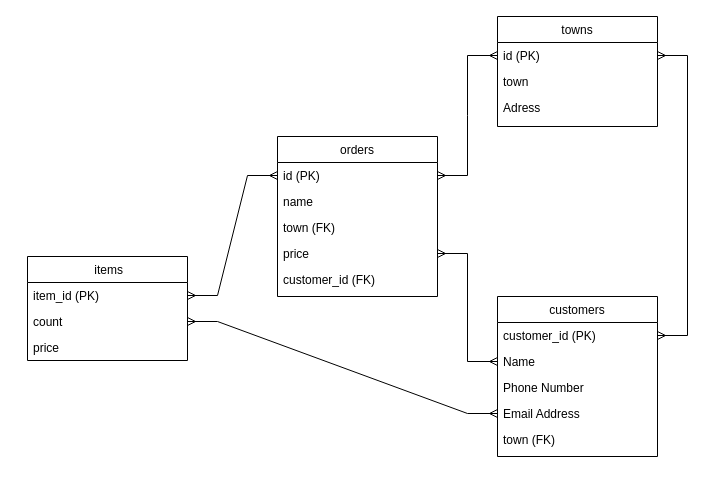
Before: Диаграмма для тестового задания.drawio in pytonuserouner/UML_study, a draw.io diagram. Source tidied: cells renumbered, new cells numbered last; positions are measured from the earlier drawing's top-left corner, leaving out a move shared by most shapes. Both pictures are drawn from the tidied source at 100%, with x=0, y=0 at pixel (27, 16).
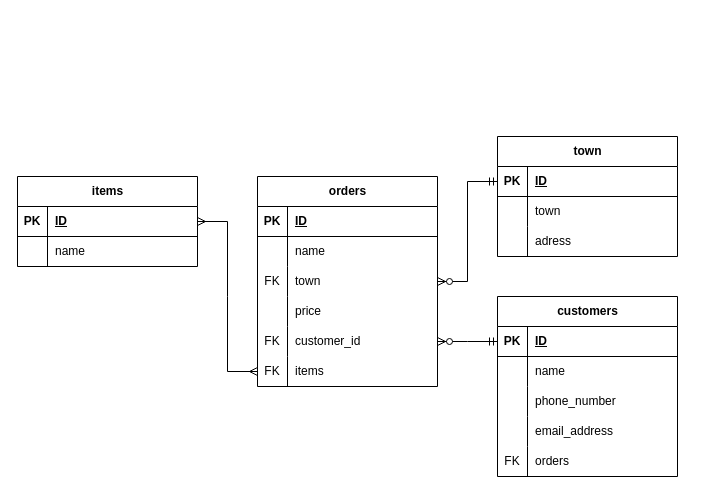
Above is the later version.

The edit, as a diff of the source:
```diff
@@
-    <mxCell id="2" value="orders" style="swimlane;fontStyle=0;align=center;verticalAlign=top;horizontal=1;startSize=26;rounded=0;shadow=0;strokeWidth=1;" parent="1" vertex="1">
-      <mxGeometry x="250" y="120" width="160" height="160" as="geometry" />
-    </mxCell>
-    <mxCell id="3" value="id (PK)" style="text;align=left;verticalAlign=top;spacingLeft=4;spacingRight=4;overflow=hidden;points=[[0,0.5],[1,0.5]];portConstraint=eastwest;" parent="2" vertex="1">
-      <mxGeometry y="26" width="160" height="26" as="geometry" />
-    </mxCell>
-    <mxCell id="4" value="name" style="text;align=left;verticalAlign=top;spacingLeft=4;spacingRight=4;overflow=hidden;rounded=0;shadow=0;html=0;" parent="2" vertex="1">
-      <mxGeometry y="52" width="160" height="26" as="geometry" />
-    </mxCell>
-    <mxCell id="5" value="town (FK)" style="text;align=left;verticalAlign=top;spacingLeft=4;spacingRight=4;overflow=hidden;rounded=0;shadow=0;html=0;" parent="2" vertex="1">
-      <mxGeometry y="78" width="160" height="26" as="geometry" />
-    </mxCell>
-    <mxCell id="6" value="price" style="text;align=left;verticalAlign=top;spacingLeft=4;spacingRight=4;overflow=hidden;points=[[0,0.5],[1,0.5]];portConstraint=eastwest;rounded=0;shadow=0;html=0;" parent="2" vertex="1">
-      <mxGeometry y="104" width="160" height="26" as="geometry" />
-    </mxCell>
-    <mxCell id="7" value="customer_id (FK)" style="text;align=left;verticalAlign=top;spacingLeft=4;spacingRight=4;overflow=hidden;rounded=0;shadow=0;html=0;" parent="2" vertex="1">
-      <mxGeometry y="130" width="160" height="26" as="geometry" />
-    </mxCell>
-    <mxCell id="8" value="towns" style="swimlane;fontStyle=0;align=center;verticalAlign=top;horizontal=1;startSize=26;rounded=0;shadow=0;strokeWidth=1;" parent="1" vertex="1">
-      <mxGeometry x="470" width="160" height="110" as="geometry" />
-    </mxCell>
-    <mxCell id="9" value="id (PK)" style="text;align=left;verticalAlign=top;spacingLeft=4;spacingRight=4;overflow=hidden;points=[[0,0.5],[1,0.5]];portConstraint=eastwest;" parent="8" vertex="1">
-      <mxGeometry y="26" width="160" height="26" as="geometry" />
-    </mxCell>
-    <mxCell id="10" value="town" style="text;align=left;verticalAlign=top;spacingLeft=4;spacingRight=4;overflow=hidden;" parent="8" vertex="1">
-      <mxGeometry y="52" width="160" height="26" as="geometry" />
-    </mxCell>
-    <mxCell id="11" value="Adress" style="text;align=left;verticalAlign=top;spacingLeft=4;spacingRight=4;overflow=hidden;rounded=0;shadow=0;html=0;" parent="8" vertex="1">
-      <mxGeometry y="78" width="160" height="28" as="geometry" />
-    </mxCell>
+    <mxCell id="22" style="edgeStyle=entityRelationEdgeStyle;fontSize=12;html=1;endArrow=ERmany;startArrow=ERmany;rounded=0;entryX=0;entryY=0.5;entryDx=0;entryDy=0;exitX=1;exitY=0.5;exitDx=0;exitDy=0;" parent="1" edge="1" source="47" target="43">
+      <mxGeometry relative="1" as="geometry" />
+    </mxCell>
+    <mxCell id="27" value="orders" style="shape=table;startSize=30;childLayout=tableLayout;rowLines=0;fontStyle=1;align=center;html=1;" parent="1" vertex="1">
+      <mxGeometry x="230" y="160" width="180" height="210" as="geometry" />
+    </mxCell>
+    <mxCell id="28" style="shape=tableRow;horizontal=0;startSize=0;swimlaneHead=0;swimlaneBody=0;fillColor=none;top=0;left=0;right=0;bottom=1;" parent="27" vertex="1">
+      <mxGeometry y="30" width="180" height="30" as="geometry" />
+    </mxCell>
+    <mxCell id="29" value="PK" style="shape=partialRectangle;fillColor=none;top=0;left=0;bottom=0;right=0;fontStyle=1;overflow=hidden;whiteSpace=wrap;html=1;" parent="28" vertex="1">
+      <mxGeometry width="30" height="30" as="geometry" />
+    </mxCell>
+    <mxCell id="30" value="ID" style="shape=partialRectangle;fillColor=none;top=0;left=0;bottom=0;right=0;align=left;spacingLeft=6;fontStyle=5;overflow=hidden;whiteSpace=wrap;html=1;" parent="28" vertex="1">
+      <mxGeometry x="30" width="150" height="30" as="geometry" />
+    </mxCell>
+    <mxCell id="31" style="shape=tableRow;horizontal=0;startSize=0;swimlaneHead=0;swimlaneBody=0;fillColor=none;top=0;left=0;right=0;bottom=0;" parent="27" vertex="1">
+      <mxGeometry y="60" width="180" height="30" as="geometry" />
+    </mxCell>
+    <mxCell id="32" style="shape=partialRectangle;fillColor=none;top=0;left=0;bottom=0;right=0;overflow=hidden;whiteSpace=wrap;html=1;" parent="31" vertex="1">
+      <mxGeometry width="30" height="30" as="geometry" />
+    </mxCell>
+    <mxCell id="33" value="name" style="shape=partialRectangle;fillColor=none;top=0;left=0;bottom=0;right=0;align=left;spacingLeft=6;overflow=hidden;whiteSpace=wrap;html=1;" parent="31" vertex="1">
+      <mxGeometry x="30" width="150" height="30" as="geometry" />
+    </mxCell>
+    <mxCell id="34" style="shape=tableRow;horizontal=0;startSize=0;swimlaneHead=0;swimlaneBody=0;fillColor=none;points=[[0,0.5],[1,0.5]];portConstraint=eastwest;top=0;left=0;right=0;bottom=0;" parent="27" vertex="1">
+      <mxGeometry y="90" width="180" height="30" as="geometry" />
+    </mxCell>
+    <mxCell id="35" value="FK" style="shape=partialRectangle;fillColor=none;top=0;left=0;bottom=0;right=0;overflow=hidden;whiteSpace=wrap;html=1;" parent="34" vertex="1">
+      <mxGeometry width="30" height="30" as="geometry" />
+    </mxCell>
+    <mxCell id="36" value="town" style="shape=partialRectangle;fillColor=none;top=0;left=0;bottom=0;right=0;align=left;spacingLeft=6;overflow=hidden;whiteSpace=wrap;html=1;" parent="34" vertex="1">
+      <mxGeometry x="30" width="150" height="30" as="geometry" />
+    </mxCell>
+    <mxCell id="37" style="shape=tableRow;horizontal=0;startSize=0;swimlaneHead=0;swimlaneBody=0;fillColor=none;top=0;left=0;right=0;bottom=0;" parent="27" vertex="1">
+      <mxGeometry y="120" width="180" height="30" as="geometry" />
+    </mxCell>
+    <mxCell id="38" style="shape=partialRectangle;fillColor=none;top=0;left=0;bottom=0;right=0;overflow=hidden;whiteSpace=wrap;html=1;" parent="37" vertex="1">
+      <mxGeometry width="30" height="30" as="geometry" />
+    </mxCell>
+    <mxCell id="39" value="price" style="shape=partialRectangle;fillColor=none;top=0;left=0;bottom=0;right=0;align=left;spacingLeft=6;overflow=hidden;whiteSpace=wrap;html=1;" parent="37" vertex="1">
+      <mxGeometry x="30" width="150" height="30" as="geometry" />
+    </mxCell>
+    <mxCell id="40" style="shape=tableRow;horizontal=0;startSize=0;swimlaneHead=0;swimlaneBody=0;fillColor=none;points=[[0,0.5],[1,0.5]];portConstraint=eastwest;top=0;left=0;right=0;bottom=0;" parent="27" vertex="1">
+      <mxGeometry y="150" width="180" height="30" as="geometry" />
+    </mxCell>
+    <mxCell id="41" value="FK" style="shape=partialRectangle;fillColor=none;top=0;left=0;bottom=0;right=0;overflow=hidden;whiteSpace=wrap;html=1;" parent="40" vertex="1">
+      <mxGeometry width="30" height="30" as="geometry" />
+    </mxCell>
+    <mxCell id="42" value="customer_id" style="shape=partialRectangle;fillColor=none;top=0;left=0;bottom=0;right=0;align=left;spacingLeft=6;overflow=hidden;whiteSpace=wrap;html=1;" parent="40" vertex="1">
+      <mxGeometry x="30" width="150" height="30" as="geometry" />
+    </mxCell>
+    <mxCell id="43" style="shape=tableRow;horizontal=0;startSize=0;swimlaneHead=0;swimlaneBody=0;fillColor=none;points=[[0,0.5],[1,0.5]];portConstraint=eastwest;top=0;left=0;right=0;bottom=0;" parent="27" vertex="1">
+      <mxGeometry y="180" width="180" height="30" as="geometry" />
+    </mxCell>
+    <mxCell id="44" value="FK" style="shape=partialRectangle;fillColor=none;top=0;left=0;bottom=0;right=0;overflow=hidden;whiteSpace=wrap;html=1;" parent="43" vertex="1">
+      <mxGeometry width="30" height="30" as="geometry" />
+    </mxCell>
+    <mxCell id="45" value="items" style="shape=partialRectangle;fillColor=none;top=0;left=0;bottom=0;right=0;align=left;spacingLeft=6;overflow=hidden;whiteSpace=wrap;html=1;" parent="43" vertex="1">
+      <mxGeometry x="30" width="150" height="30" as="geometry" />
+    </mxCell>
+    <mxCell id="46" value="items" style="shape=table;startSize=30;childLayout=tableLayout;rowLines=0;fontStyle=1;align=center;html=1;" parent="1" vertex="1">
+      <mxGeometry x="-10" y="160" width="180" height="90" as="geometry" />
+    </mxCell>
+    <mxCell id="47" style="shape=tableRow;horizontal=0;startSize=0;swimlaneHead=0;swimlaneBody=0;fillColor=none;points=[[0,0.5],[1,0.5]];portConstraint=eastwest;top=0;left=0;right=0;bottom=1;" parent="46" vertex="1">
+      <mxGeometry y="30" width="180" height="30" as="geometry" />
+    </mxCell>
+    <mxCell id="48" value="PK" style="shape=partialRectangle;fillColor=none;top=0;left=0;bottom=0;right=0;fontStyle=1;overflow=hidden;whiteSpace=wrap;html=1;" parent="47" vertex="1">
+      <mxGeometry width="30" height="30" as="geometry" />
+    </mxCell>
+    <mxCell id="49" value="ID" style="shape=partialRectangle;fillColor=none;top=0;left=0;bottom=0;right=0;align=left;spacingLeft=6;fontStyle=5;overflow=hidden;whiteSpace=wrap;html=1;" parent="47" vertex="1">
+      <mxGeometry x="30" width="150" height="30" as="geometry" />
+    </mxCell>
+    <mxCell id="50" style="shape=tableRow;horizontal=0;startSize=0;swimlaneHead=0;swimlaneBody=0;fillColor=none;top=0;left=0;right=0;bottom=0;" parent="46" vertex="1">
+      <mxGeometry y="60" width="180" height="30" as="geometry" />
+    </mxCell>
+    <mxCell id="51" style="shape=partialRectangle;fillColor=none;top=0;left=0;bottom=0;right=0;overflow=hidden;whiteSpace=wrap;html=1;" parent="50" vertex="1">
+      <mxGeometry width="30" height="30" as="geometry" />
+    </mxCell>
+    <mxCell id="52" value="name" style="shape=partialRectangle;fillColor=none;top=0;left=0;bottom=0;right=0;align=left;spacingLeft=6;overflow=hidden;whiteSpace=wrap;html=1;" parent="50" vertex="1">
+      <mxGeometry x="30" width="150" height="30" as="geometry" />
+    </mxCell>
-    <mxCell id="12" value="customers" style="swimlane;fontStyle=0;align=center;verticalAlign=top;horizontal=1;startSize=26;rounded=0;shadow=0;strokeWidth=1;" parent="1" vertex="1">
-      <mxGeometry x="470" y="280" width="160" height="160" as="geometry" />
+    <mxCell id="12" value="customers" style="shape=table;startSize=30;childLayout=tableLayout;rowLines=0;fontStyle=1;align=center;html=1;" parent="1" vertex="1">
+      <mxGeometry x="470" y="280" width="180" height="180" as="geometry" />
     </mxCell>
-    <mxCell id="13" value="customer_id (PK)" style="text;align=left;verticalAlign=top;spacingLeft=4;spacingRight=4;overflow=hidden;points=[[0,0.5],[1,0.5]];portConstraint=eastwest;rounded=0;shadow=0;html=0;" parent="12" vertex="1">
-      <mxGeometry y="26" width="160" height="26" as="geometry" />
-    </mxCell>
-    <mxCell id="14" value="Name" style="text;align=left;verticalAlign=top;spacingLeft=4;spacingRight=4;overflow=hidden;points=[[0,0.5],[1,0.5]];portConstraint=eastwest;" parent="12" vertex="1">
-      <mxGeometry y="52" width="160" height="26" as="geometry" />
-    </mxCell>
-    <mxCell id="15" value="Phone Number" style="text;align=left;verticalAlign=top;spacingLeft=4;spacingRight=4;overflow=hidden;rounded=0;shadow=0;html=0;" parent="12" vertex="1">
-      <mxGeometry y="78" width="160" height="26" as="geometry" />
-    </mxCell>
-    <mxCell id="16" value="Email Address" style="text;align=left;verticalAlign=top;spacingLeft=4;spacingRight=4;overflow=hidden;points=[[0,0.5],[1,0.5]];portConstraint=eastwest;rounded=0;shadow=0;html=0;" parent="12" vertex="1">
-      <mxGeometry y="104" width="160" height="26" as="geometry" />
-    </mxCell>
-    <mxCell id="17" value="town (FK)" style="text;align=left;verticalAlign=top;spacingLeft=4;spacingRight=4;overflow=hidden;rounded=0;shadow=0;html=0;" parent="12" vertex="1">
-      <mxGeometry y="130" width="160" height="26" as="geometry" />
-    </mxCell>
-    <mxCell id="18" value=" items" style="swimlane;fontStyle=0;align=center;verticalAlign=top;horizontal=1;startSize=26;rounded=0;shadow=0;strokeWidth=1;" parent="1" vertex="1">
-      <mxGeometry y="240" width="160" height="104" as="geometry" />
-    </mxCell>
-    <mxCell id="19" value="item_id (PK)" style="text;align=left;verticalAlign=top;spacingLeft=4;spacingRight=4;overflow=hidden;points=[[0,0.5],[1,0.5]];portConstraint=eastwest;" parent="18" vertex="1">
-      <mxGeometry y="26" width="160" height="26" as="geometry" />
-    </mxCell>
-    <mxCell id="20" value="count" style="text;align=left;verticalAlign=top;spacingLeft=4;spacingRight=4;overflow=hidden;points=[[0,0.5],[1,0.5]];portConstraint=eastwest;rounded=0;shadow=0;html=0;" parent="18" vertex="1">
-      <mxGeometry y="52" width="160" height="26" as="geometry" />
-    </mxCell>
-    <mxCell id="21" value="price" style="text;align=left;verticalAlign=top;spacingLeft=4;spacingRight=4;overflow=hidden;rounded=0;shadow=0;html=0;" parent="18" vertex="1">
-      <mxGeometry y="78" width="160" height="26" as="geometry" />
-    </mxCell>
-    <mxCell id="22" style="edgeStyle=entityRelationEdgeStyle;fontSize=12;html=1;endArrow=ERmany;startArrow=ERmany;rounded=0;entryX=0;entryY=0.5;entryDx=0;entryDy=0;" parent="1" edge="1" source="19" target="3">
-      <mxGeometry relative="1" as="geometry" />
-    </mxCell>
-    <mxCell id="23" style="edgeStyle=entityRelationEdgeStyle;fontSize=12;html=1;endArrow=ERmany;startArrow=ERmany;rounded=0;entryX=1;entryY=0.5;entryDx=0;entryDy=0;exitX=1;exitY=0.5;exitDx=0;exitDy=0;" parent="1" edge="1" source="13" target="9">
-      <mxGeometry relative="1" as="geometry" />
-    </mxCell>
-    <mxCell id="24" style="edgeStyle=entityRelationEdgeStyle;fontSize=12;html=1;endArrow=ERmany;startArrow=ERmany;rounded=0;entryX=1;entryY=0.5;entryDx=0;entryDy=0;exitX=0;exitY=0.5;exitDx=0;exitDy=0;" parent="1" edge="1" source="14" target="6">
-      <mxGeometry relative="1" as="geometry" />
-    </mxCell>
-    <mxCell id="25" style="edgeStyle=entityRelationEdgeStyle;fontSize=12;html=1;endArrow=ERmany;startArrow=ERmany;rounded=0;entryX=0;entryY=0.5;entryDx=0;entryDy=0;exitX=1;exitY=0.5;exitDx=0;exitDy=0;" parent="1" edge="1" source="3" target="9">
-      <mxGeometry relative="1" as="geometry" />
-    </mxCell>
-    <mxCell id="26" style="edgeStyle=entityRelationEdgeStyle;fontSize=12;html=1;endArrow=ERmany;startArrow=ERmany;rounded=0;exitX=1;exitY=0.5;exitDx=0;exitDy=0;entryX=0;entryY=0.5;entryDx=0;entryDy=0;" parent="1" edge="1" source="20" target="16">
-      <mxGeometry relative="1" as="geometry" />
-    </mxCell>
+    <mxCell id="53" style="shape=tableRow;horizontal=0;startSize=0;swimlaneHead=0;swimlaneBody=0;fillColor=none;points=[[0,0.5],[1,0.5]];portConstraint=eastwest;top=0;left=0;right=0;bottom=1;" parent="12" vertex="1">
+      <mxGeometry y="30" width="180" height="30" as="geometry" />
+    </mxCell>
+    <mxCell id="54" value="PK" style="shape=partialRectangle;fillColor=none;top=0;left=0;bottom=0;right=0;fontStyle=1;overflow=hidden;whiteSpace=wrap;html=1;" parent="53" vertex="1">
+      <mxGeometry width="30" height="30" as="geometry" />
+    </mxCell>
+    <mxCell id="55" value="ID" style="shape=partialRectangle;fillColor=none;top=0;left=0;bottom=0;right=0;align=left;spacingLeft=6;fontStyle=5;overflow=hidden;whiteSpace=wrap;html=1;" parent="53" vertex="1">
+      <mxGeometry x="30" width="150" height="30" as="geometry" />
+    </mxCell>
+    <mxCell id="56" style="shape=tableRow;horizontal=0;startSize=0;swimlaneHead=0;swimlaneBody=0;fillColor=none;top=0;left=0;right=0;bottom=0;" parent="12" vertex="1">
+      <mxGeometry y="60" width="180" height="30" as="geometry" />
+    </mxCell>
+    <mxCell id="57" style="shape=partialRectangle;fillColor=none;top=0;left=0;bottom=0;right=0;overflow=hidden;whiteSpace=wrap;html=1;" parent="56" vertex="1">
+      <mxGeometry width="30" height="30" as="geometry" />
+    </mxCell>
+    <mxCell id="58" value="name" style="shape=partialRectangle;fillColor=none;top=0;left=0;bottom=0;right=0;align=left;spacingLeft=6;overflow=hidden;whiteSpace=wrap;html=1;" parent="56" vertex="1">
+      <mxGeometry x="30" width="150" height="30" as="geometry" />
+    </mxCell>
+    <mxCell id="59" style="shape=tableRow;horizontal=0;startSize=0;swimlaneHead=0;swimlaneBody=0;fillColor=none;top=0;left=0;right=0;bottom=0;" parent="12" vertex="1">
+      <mxGeometry y="90" width="180" height="30" as="geometry" />
+    </mxCell>
+    <mxCell id="60" style="shape=partialRectangle;fillColor=none;top=0;left=0;bottom=0;right=0;overflow=hidden;whiteSpace=wrap;html=1;" parent="59" vertex="1">
+      <mxGeometry width="30" height="30" as="geometry" />
+    </mxCell>
+    <mxCell id="61" value="&lt;span style=&quot;text-wrap-mode: nowrap;&quot;&gt;phone_number&lt;/span&gt;" style="shape=partialRectangle;fillColor=none;top=0;left=0;bottom=0;right=0;align=left;spacingLeft=6;overflow=hidden;whiteSpace=wrap;html=1;" parent="59" vertex="1">
+      <mxGeometry x="30" width="150" height="30" as="geometry" />
+    </mxCell>
+    <mxCell id="62" style="shape=tableRow;horizontal=0;startSize=0;swimlaneHead=0;swimlaneBody=0;fillColor=none;top=0;left=0;right=0;bottom=0;" parent="12" vertex="1">
+      <mxGeometry y="120" width="180" height="30" as="geometry" />
+    </mxCell>
+    <mxCell id="63" style="shape=partialRectangle;fillColor=none;top=0;left=0;bottom=0;right=0;overflow=hidden;whiteSpace=wrap;html=1;" parent="62" vertex="1">
+      <mxGeometry width="30" height="30" as="geometry" />
+    </mxCell>
+    <mxCell id="64" value="&lt;span style=&quot;text-wrap-mode: nowrap;&quot;&gt;email_address&lt;/span&gt;" style="shape=partialRectangle;fillColor=none;top=0;left=0;bottom=0;right=0;align=left;spacingLeft=6;overflow=hidden;whiteSpace=wrap;html=1;" parent="62" vertex="1">
+      <mxGeometry x="30" width="150" height="30" as="geometry" />
+    </mxCell>
+    <mxCell id="65" style="shape=tableRow;horizontal=0;startSize=0;swimlaneHead=0;swimlaneBody=0;fillColor=none;top=0;left=0;right=0;bottom=0;" parent="12" vertex="1">
+      <mxGeometry y="150" width="180" height="30" as="geometry" />
+    </mxCell>
+    <mxCell id="66" value="FK" style="shape=partialRectangle;fillColor=none;top=0;left=0;bottom=0;right=0;overflow=hidden;whiteSpace=wrap;html=1;" parent="65" vertex="1">
+      <mxGeometry width="30" height="30" as="geometry" />
+    </mxCell>
+    <mxCell id="67" value="&lt;span style=&quot;text-wrap-mode: nowrap;&quot;&gt;orders&lt;/span&gt;" style="shape=partialRectangle;fillColor=none;top=0;left=0;bottom=0;right=0;align=left;spacingLeft=6;overflow=hidden;whiteSpace=wrap;html=1;" parent="65" vertex="1">
+      <mxGeometry x="30" width="150" height="30" as="geometry" />
+    </mxCell>
+    <mxCell id="68" value="town" style="shape=table;startSize=30;childLayout=tableLayout;rowLines=0;fontStyle=1;align=center;html=1;" parent="1" vertex="1">
+      <mxGeometry x="470" y="120" width="180" height="120" as="geometry" />
+    </mxCell>
+    <mxCell id="69" style="shape=tableRow;horizontal=0;startSize=0;swimlaneHead=0;swimlaneBody=0;fillColor=none;points=[[0,0.5],[1,0.5]];portConstraint=eastwest;top=0;left=0;right=0;bottom=1;" parent="68" vertex="1">
+      <mxGeometry y="30" width="180" height="30" as="geometry" />
+    </mxCell>
+    <mxCell id="70" value="PK" style="shape=partialRectangle;fillColor=none;top=0;left=0;bottom=0;right=0;fontStyle=1;overflow=hidden;whiteSpace=wrap;html=1;" parent="69" vertex="1">
+      <mxGeometry width="30" height="30" as="geometry" />
+    </mxCell>
+    <mxCell id="71" value="ID" style="shape=partialRectangle;fillColor=none;top=0;left=0;bottom=0;right=0;align=left;spacingLeft=6;fontStyle=5;overflow=hidden;whiteSpace=wrap;html=1;" parent="69" vertex="1">
+      <mxGeometry x="30" width="150" height="30" as="geometry" />
+    </mxCell>
+    <mxCell id="72" style="shape=tableRow;horizontal=0;startSize=0;swimlaneHead=0;swimlaneBody=0;fillColor=none;top=0;left=0;right=0;bottom=0;" parent="68" vertex="1">
+      <mxGeometry y="60" width="180" height="30" as="geometry" />
+    </mxCell>
+    <mxCell id="73" style="shape=partialRectangle;fillColor=none;top=0;left=0;bottom=0;right=0;overflow=hidden;whiteSpace=wrap;html=1;" parent="72" vertex="1">
+      <mxGeometry width="30" height="30" as="geometry" />
+    </mxCell>
+    <mxCell id="74" value="&lt;span style=&quot;text-wrap-mode: nowrap;&quot;&gt;town&lt;/span&gt;" style="shape=partialRectangle;fillColor=none;top=0;left=0;bottom=0;right=0;align=left;spacingLeft=6;overflow=hidden;whiteSpace=wrap;html=1;" parent="72" vertex="1">
+      <mxGeometry x="30" width="150" height="30" as="geometry" />
+    </mxCell>
+    <mxCell id="75" style="shape=tableRow;horizontal=0;startSize=0;swimlaneHead=0;swimlaneBody=0;fillColor=none;top=0;left=0;right=0;bottom=0;" parent="68" vertex="1">
+      <mxGeometry y="90" width="180" height="30" as="geometry" />
+    </mxCell>
+    <mxCell id="76" style="shape=partialRectangle;fillColor=none;top=0;left=0;bottom=0;right=0;overflow=hidden;whiteSpace=wrap;html=1;" parent="75" vertex="1">
+      <mxGeometry width="30" height="30" as="geometry" />
+    </mxCell>
+    <mxCell id="77" value="&lt;span style=&quot;text-wrap-mode: nowrap;&quot;&gt;adress&lt;/span&gt;" style="shape=partialRectangle;fillColor=none;top=0;left=0;bottom=0;right=0;align=left;spacingLeft=6;overflow=hidden;whiteSpace=wrap;html=1;" parent="75" vertex="1">
+      <mxGeometry x="30" width="150" height="30" as="geometry" />
+    </mxCell>
+    <mxCell id="78" style="edgeStyle=entityRelationEdgeStyle;fontSize=12;html=1;endArrow=ERzeroToMany;startArrow=ERmandOne;rounded=0;entryX=1;entryY=0.5;entryDx=0;entryDy=0;exitX=0;exitY=0.5;exitDx=0;exitDy=0;" parent="1" edge="1" source="69" target="34">
+      <mxGeometry relative="1" as="geometry" />
+    </mxCell>
+    <mxCell id="79" style="edgeStyle=entityRelationEdgeStyle;fontSize=12;html=1;endArrow=ERzeroToMany;startArrow=ERmandOne;rounded=0;entryX=1;entryY=0.5;entryDx=0;entryDy=0;exitX=0;exitY=0.5;exitDx=0;exitDy=0;" parent="1" edge="1" source="53" target="40">
+      <mxGeometry relative="1" as="geometry" />
+    </mxCell>
```
